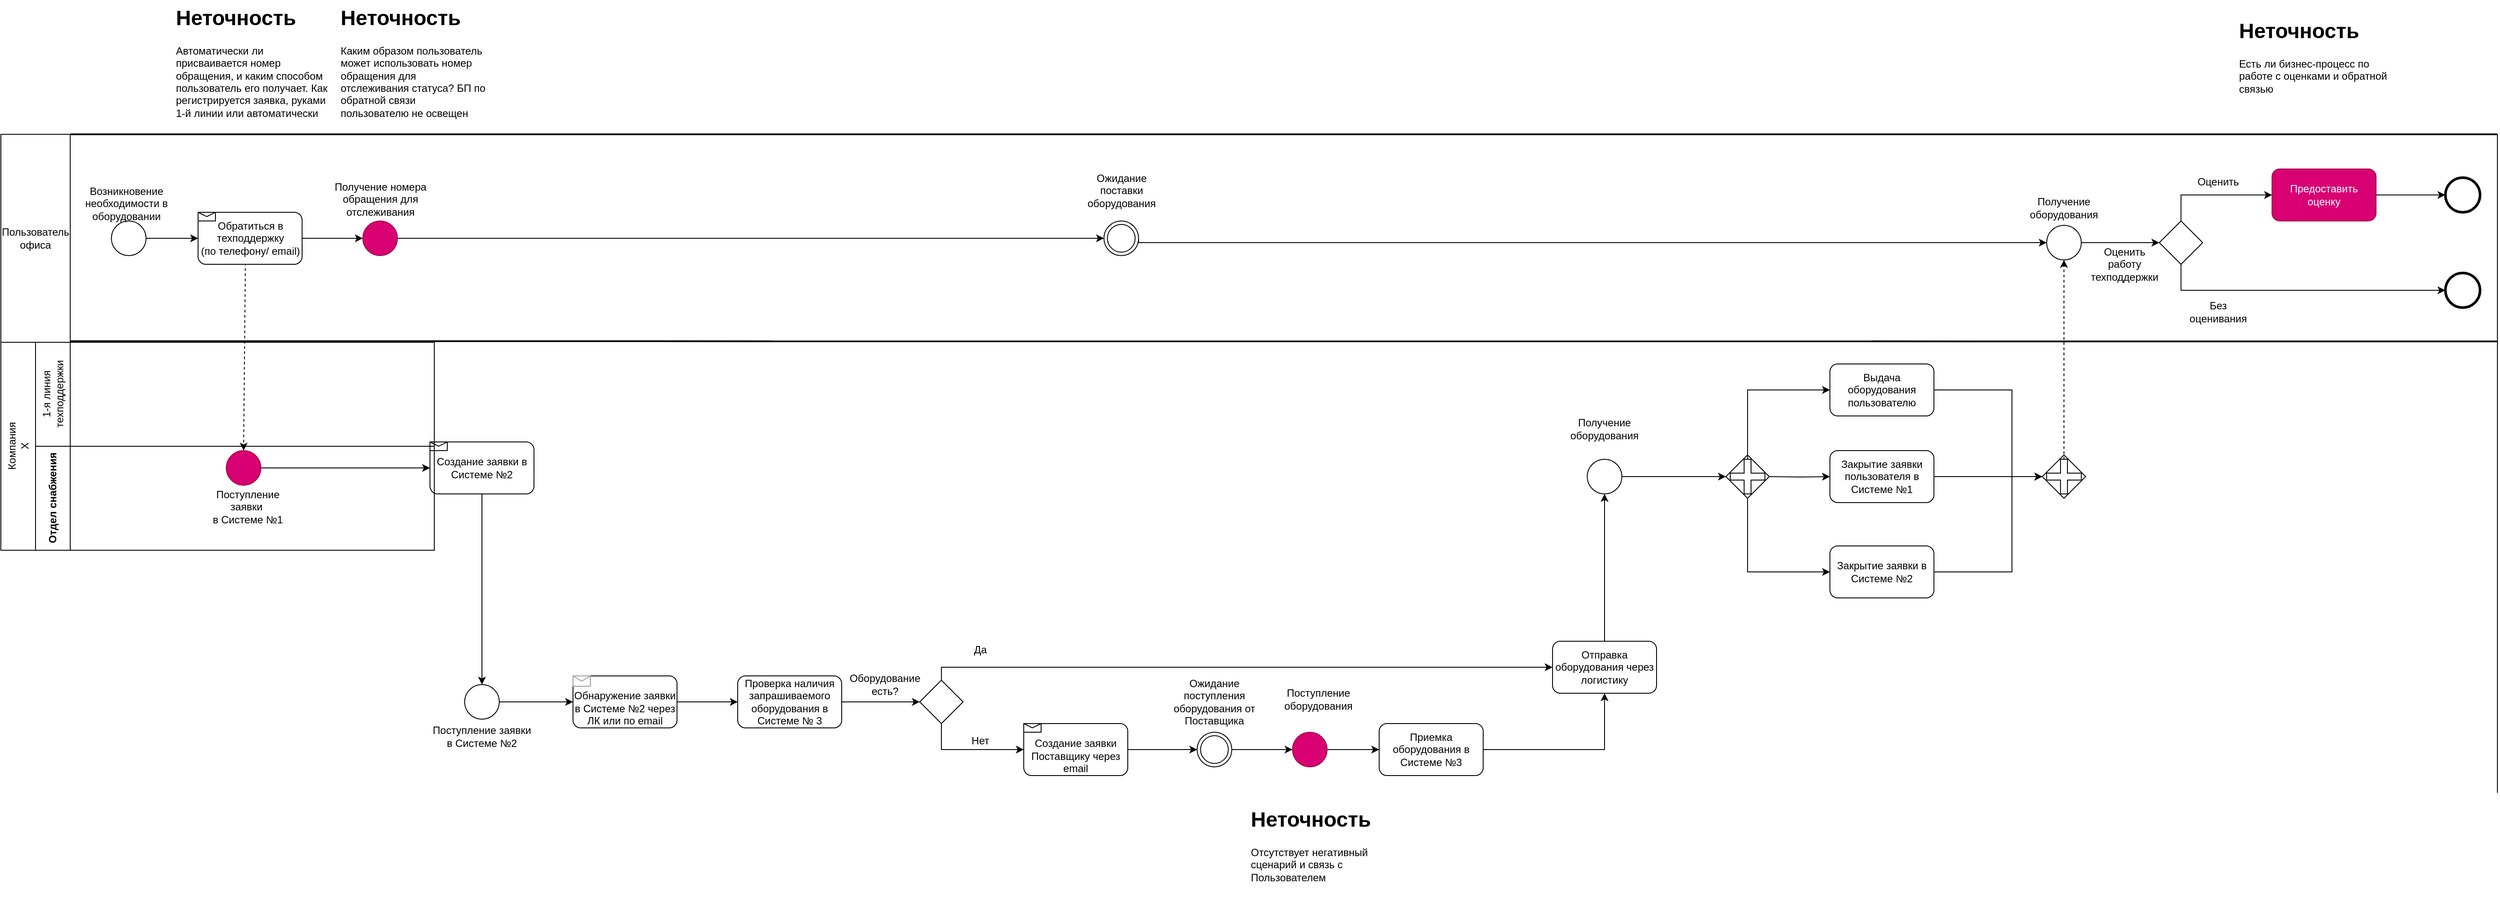
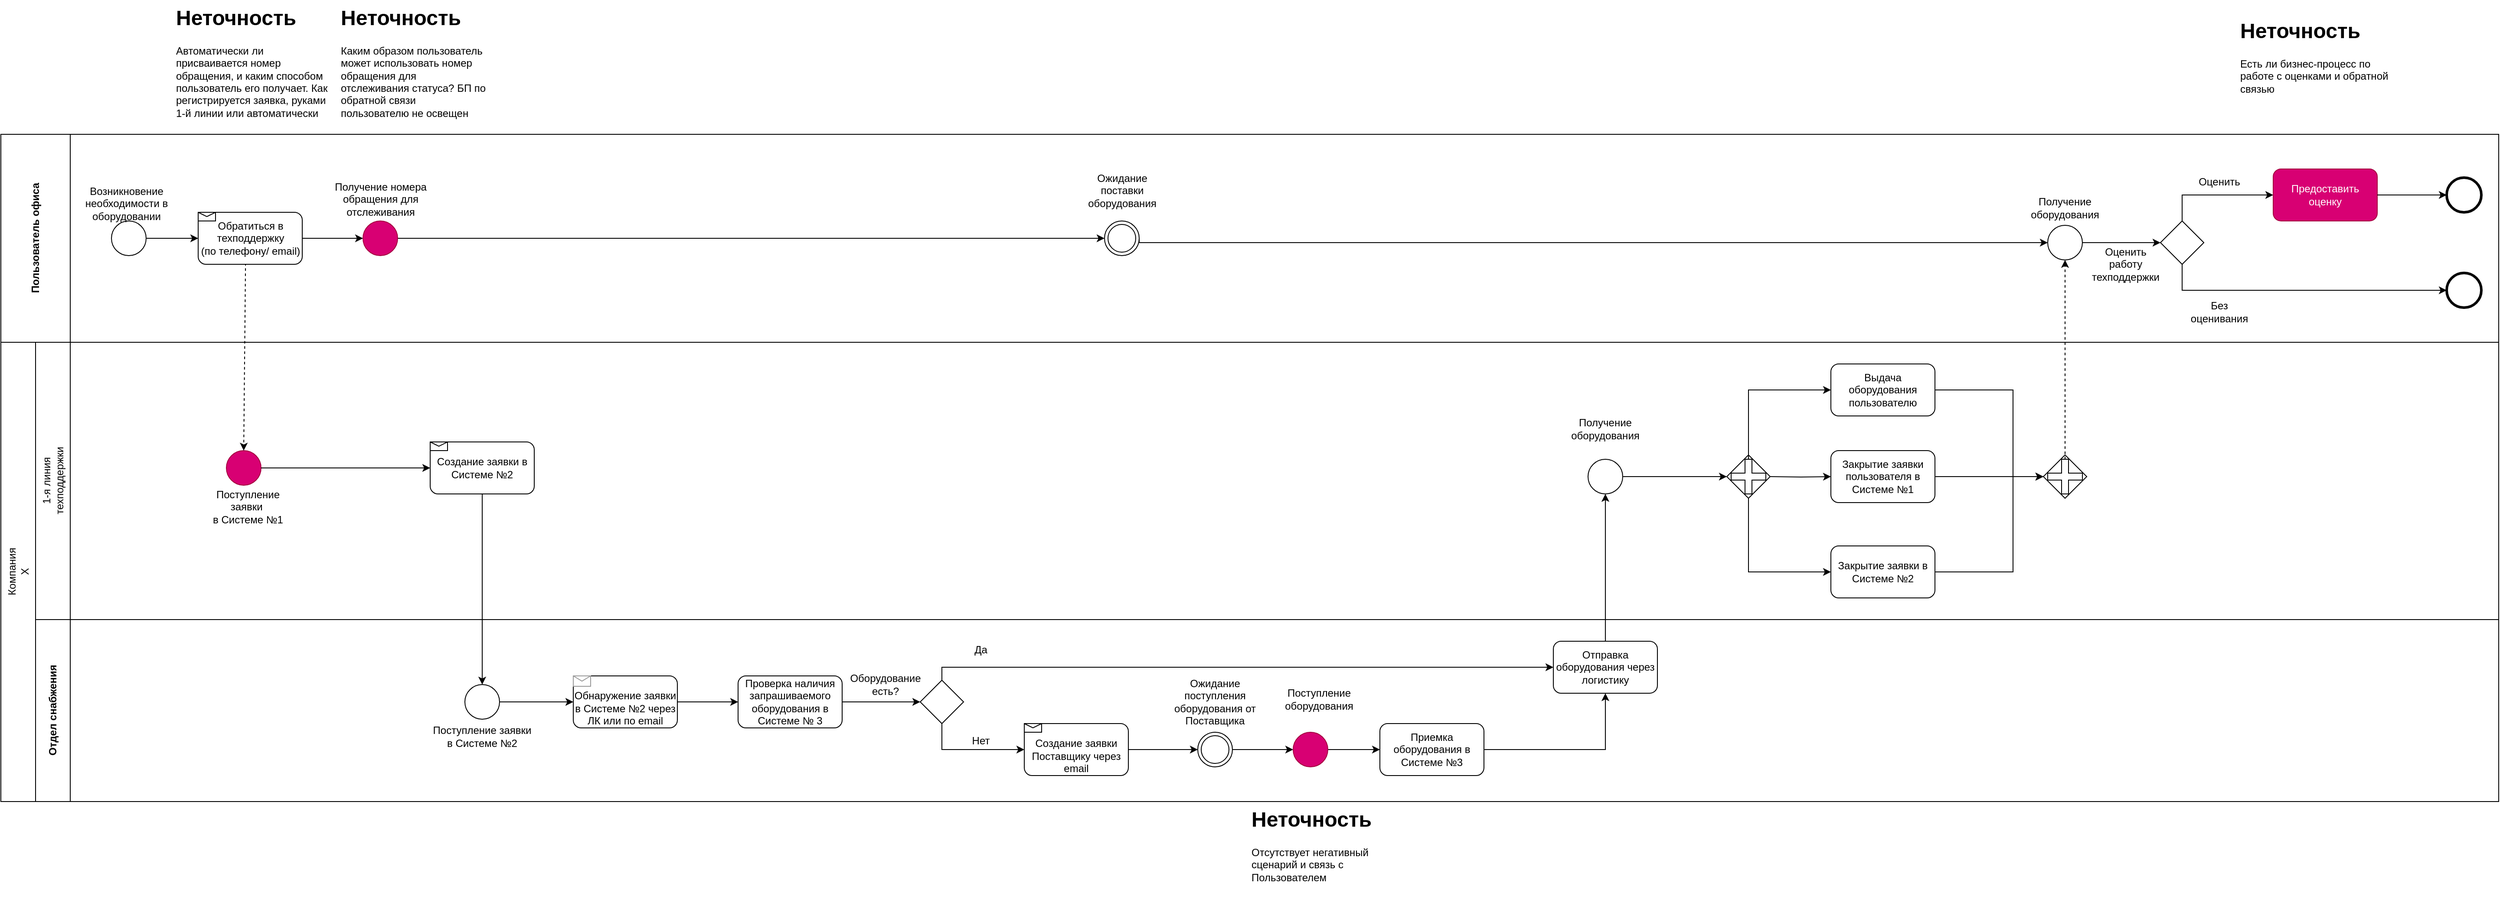
<mxfile host="app.diagrams.net">
  <diagram name="Страница-1" id="6SsGZVheudZXkR8IryFw">
-     <mxGraphModel dx="945" dy="1295" grid="1" gridSize="10" guides="1" tooltips="1" connect="1" arrows="1" fold="1" page="0" pageScale="1" pageWidth="827" pageHeight="1169" background="none" math="0" shadow="0">
+     <mxGraphModel dx="2180" dy="1943" grid="1" gridSize="10" guides="1" tooltips="1" connect="1" arrows="1" fold="1" page="0" pageScale="1" pageWidth="827" pageHeight="1169" background="none" math="0" shadow="0">
      <root>
        <mxCell id="0" />
        <mxCell id="1" parent="0" />
-         <mxCell id="Ya4lB5T6emN3ZDg_C6RV-1" parent="1" style="rounded=0;whiteSpace=wrap;html=1;" value="Пользователь&lt;div&gt;офиса&lt;/div&gt;" vertex="1">
-           <mxGeometry height="240" width="80" y="-320" as="geometry" />
-         </mxCell>
-         <mxCell id="VbR1kJbd4s5ipAbFhgMN-2" edge="1" parent="1" style="endArrow=none;html=1;rounded=0;exitX=1;exitY=0;exitDx=0;exitDy=0;strokeColor=light-dark(#000000, #ffffff);strokeWidth=2;" value="">
-           <mxGeometry height="50" relative="1" width="50" as="geometry">
-             <mxPoint x="80" y="-81.25" as="sourcePoint" />
-             <mxPoint x="2880" y="-81" as="targetPoint" />
-           </mxGeometry>
-         </mxCell>
-         <mxCell id="VbR1kJbd4s5ipAbFhgMN-10" edge="1" parent="1" source="Ya4lB5T6emN3ZDg_C6RV-1" style="endArrow=none;html=1;rounded=0;exitX=1;exitY=0;exitDx=0;exitDy=0;strokeWidth=2;" value="">
-           <mxGeometry height="50" relative="1" width="50" as="geometry">
-             <mxPoint x="85" y="-320" as="sourcePoint" />
-             <mxPoint x="2880" y="-320" as="targetPoint" />
-           </mxGeometry>
-         </mxCell>
        <mxCell id="VbR1kJbd4s5ipAbFhgMN-11" parent="1" style="ellipse;whiteSpace=wrap;html=1;aspect=fixed;fillColor=none;" value="" vertex="1">
          <mxGeometry height="40" width="40" x="127.5" y="-220" as="geometry" />
        </mxCell>
        <mxCell id="VbR1kJbd4s5ipAbFhgMN-12" parent="1" style="text;html=1;whiteSpace=wrap;strokeColor=none;fillColor=none;align=center;verticalAlign=middle;rounded=0;" value="&lt;font&gt;Возникновение необходимости в оборудовании&lt;/font&gt;" vertex="1">
          <mxGeometry height="50" width="110" x="90" y="-265" as="geometry" />
        </mxCell>
        <mxCell id="VbR1kJbd4s5ipAbFhgMN-16" parent="1" style="ellipse;whiteSpace=wrap;html=1;aspect=fixed;fillColor=#d80073;fontColor=#ffffff;strokeColor=#A50040;" value="" vertex="1">
          <mxGeometry height="40" width="40" x="260" y="45.000000000000114" as="geometry" />
        </mxCell>
        <mxCell id="VbR1kJbd4s5ipAbFhgMN-17" parent="1" style="text;html=1;whiteSpace=wrap;strokeColor=none;fillColor=none;align=center;verticalAlign=middle;rounded=0;" value="Поступление заявки&amp;nbsp;&lt;div&gt;в Системе №1&lt;/div&gt;" vertex="1">
          <mxGeometry height="30" width="110" x="230" y="95" as="geometry" />
        </mxCell>
        <mxCell id="VbR1kJbd4s5ipAbFhgMN-21" parent="1" style="text;html=1;whiteSpace=wrap;overflow=hidden;rounded=0;" value="&lt;h1 style=&quot;margin-top: 0px;&quot;&gt;&lt;font style=&quot;color: light-dark(rgb(0, 0, 0), rgb(241, 156, 153));&quot;&gt;Неточность&lt;/font&gt;&lt;/h1&gt;&lt;p&gt;Автоматически ли присваивается номер обращения, и каким способом пользователь его получает. Как регистрируется заявка, руками 1-й линии или автоматически&lt;/p&gt;" vertex="1">
          <mxGeometry height="150" width="180" x="200" y="-475" as="geometry" />
        </mxCell>
        <mxCell id="VbR1kJbd4s5ipAbFhgMN-117" edge="1" parent="1" source="VbR1kJbd4s5ipAbFhgMN-23" style="edgeStyle=orthogonalEdgeStyle;rounded=0;orthogonalLoop=1;jettySize=auto;html=1;exitX=1;exitY=0.5;exitDx=0;exitDy=0;entryX=0;entryY=0.5;entryDx=0;entryDy=0;" target="VbR1kJbd4s5ipAbFhgMN-116">
          <mxGeometry relative="1" as="geometry" />
        </mxCell>
        <mxCell id="VbR1kJbd4s5ipAbFhgMN-23" parent="1" style="ellipse;whiteSpace=wrap;html=1;aspect=fixed;fillColor=#d80073;fontColor=#ffffff;strokeColor=#A50040;" value="" vertex="1">
          <mxGeometry height="40" width="40" x="417.5" y="-219.9999999999999" as="geometry" />
        </mxCell>
        <mxCell id="VbR1kJbd4s5ipAbFhgMN-24" parent="1" style="text;html=1;whiteSpace=wrap;strokeColor=none;fillColor=none;align=center;verticalAlign=middle;rounded=0;" value="Получение номера обращения для отслеживания" vertex="1">
          <mxGeometry height="30" width="130" x="372.5" y="-260" as="geometry" />
        </mxCell>
        <mxCell id="VbR1kJbd4s5ipAbFhgMN-25" parent="1" style="text;html=1;whiteSpace=wrap;overflow=hidden;rounded=0;" value="&lt;h1 style=&quot;margin-top: 0px;&quot;&gt;&lt;font style=&quot;color: light-dark(rgb(0, 0, 0), rgb(241, 156, 153));&quot;&gt;Неточность&lt;/font&gt;&lt;/h1&gt;&lt;p&gt;Каким образом пользователь может использовать номер обращения для отслеживания статуса? БП по обратной связи пользователю не освещен&lt;/p&gt;" vertex="1">
          <mxGeometry height="145" width="170" x="390" y="-475" as="geometry" />
        </mxCell>
        <mxCell id="VbR1kJbd4s5ipAbFhgMN-26" edge="1" parent="1" source="VbR1kJbd4s5ipAbFhgMN-11" style="endArrow=classic;html=1;rounded=0;exitX=1;exitY=0.5;exitDx=0;exitDy=0;entryX=0;entryY=0.5;entryDx=0;entryDy=0;" target="VbR1kJbd4s5ipAbFhgMN-37" value="">
          <mxGeometry height="50" relative="1" width="50" as="geometry">
            <mxPoint x="162.50000000000352" y="0.5" as="sourcePoint" />
            <mxPoint x="222.5" as="targetPoint" />
          </mxGeometry>
        </mxCell>
        <mxCell id="VbR1kJbd4s5ipAbFhgMN-27" edge="1" parent="1" source="VbR1kJbd4s5ipAbFhgMN-37" style="endArrow=classic;html=1;rounded=0;exitX=1;exitY=0.5;exitDx=0;exitDy=0;entryX=0;entryY=0.5;entryDx=0;entryDy=0;" target="VbR1kJbd4s5ipAbFhgMN-23" value="">
          <mxGeometry height="50" relative="1" width="50" as="geometry">
            <mxPoint x="342.5" as="sourcePoint" />
            <mxPoint x="452.5" y="25" as="targetPoint" />
          </mxGeometry>
        </mxCell>
        <mxCell id="VbR1kJbd4s5ipAbFhgMN-28" edge="1" parent="1" source="VbR1kJbd4s5ipAbFhgMN-37" style="endArrow=classic;html=1;rounded=0;exitX=0.455;exitY=0.976;exitDx=0;exitDy=0;entryX=0.5;entryY=0;entryDx=0;entryDy=0;exitPerimeter=0;dashed=1;" target="VbR1kJbd4s5ipAbFhgMN-16" value="">
          <mxGeometry height="50" relative="1" width="50" as="geometry">
            <mxPoint x="280" y="-20" as="sourcePoint" />
            <mxPoint x="380" y="-5" as="targetPoint" />
          </mxGeometry>
        </mxCell>
        <mxCell id="VbR1kJbd4s5ipAbFhgMN-30" edge="1" parent="1" source="VbR1kJbd4s5ipAbFhgMN-16" style="endArrow=classic;html=1;rounded=0;exitX=1;exitY=0.5;exitDx=0;exitDy=0;entryX=0;entryY=0.5;entryDx=0;entryDy=0;" value="">
          <mxGeometry height="50" relative="1" width="50" as="geometry">
            <mxPoint x="660" y="125" as="sourcePoint" />
            <mxPoint x="495" y="65" as="targetPoint" />
          </mxGeometry>
        </mxCell>
        <mxCell id="VbR1kJbd4s5ipAbFhgMN-31" parent="1" style="ellipse;whiteSpace=wrap;html=1;aspect=fixed;fillColor=none;" value="" vertex="1">
          <mxGeometry height="40" width="40" x="535" y="315.0000000000001" as="geometry" />
        </mxCell>
        <mxCell id="VbR1kJbd4s5ipAbFhgMN-33" parent="1" style="text;html=1;whiteSpace=wrap;strokeColor=none;fillColor=none;align=center;verticalAlign=middle;rounded=0;" value="Поступление заявки в Системе №2" vertex="1">
          <mxGeometry height="30" width="120" x="495" y="360" as="geometry" />
        </mxCell>
        <mxCell id="VbR1kJbd4s5ipAbFhgMN-35" edge="1" parent="1" source="VbR1kJbd4s5ipAbFhgMN-36" style="endArrow=classic;html=1;rounded=0;exitX=0.5;exitY=1;exitDx=0;exitDy=0;entryX=0.5;entryY=0;entryDx=0;entryDy=0;" target="VbR1kJbd4s5ipAbFhgMN-31" value="">
          <mxGeometry height="50" relative="1" width="50" as="geometry">
            <mxPoint x="555" y="200" as="sourcePoint" />
            <mxPoint x="780" y="250" as="targetPoint" />
          </mxGeometry>
        </mxCell>
        <mxCell id="VbR1kJbd4s5ipAbFhgMN-36" parent="1" style="rounded=1;whiteSpace=wrap;html=1;" value="Создание заявки в Системе №2" vertex="1">
          <mxGeometry height="60" width="120" x="495" y="35" as="geometry" />
        </mxCell>
        <mxCell id="VbR1kJbd4s5ipAbFhgMN-37" parent="1" style="rounded=1;whiteSpace=wrap;html=1;" value="Обратиться в техподдержку&lt;div&gt;(по телефону/ email)&lt;/div&gt;" vertex="1">
          <mxGeometry height="60" width="120" x="227.5" y="-230" as="geometry" />
        </mxCell>
        <mxCell id="VbR1kJbd4s5ipAbFhgMN-38" parent="1" style="shape=message;html=1;html=1;outlineConnect=0;labelPosition=center;verticalLabelPosition=bottom;align=center;verticalAlign=top;" value="" vertex="1">
          <mxGeometry height="10" width="20" x="227.5" y="-230" as="geometry" />
        </mxCell>
        <mxCell id="VbR1kJbd4s5ipAbFhgMN-41" parent="1" style="shape=message;html=1;html=1;outlineConnect=0;labelPosition=center;verticalLabelPosition=bottom;align=center;verticalAlign=top;" value="" vertex="1">
          <mxGeometry height="10" width="20" x="495" y="35" as="geometry" />
        </mxCell>
        <mxCell id="VbR1kJbd4s5ipAbFhgMN-46" edge="1" parent="1" source="VbR1kJbd4s5ipAbFhgMN-42" style="edgeStyle=orthogonalEdgeStyle;rounded=0;orthogonalLoop=1;jettySize=auto;html=1;exitX=1;exitY=0.5;exitDx=0;exitDy=0;entryX=0;entryY=0.5;entryDx=0;entryDy=0;" target="VbR1kJbd4s5ipAbFhgMN-45">
          <mxGeometry relative="1" as="geometry" />
        </mxCell>
        <mxCell id="VbR1kJbd4s5ipAbFhgMN-42" parent="1" style="rounded=1;whiteSpace=wrap;html=1;" value="&lt;div&gt;&lt;br&gt;&lt;/div&gt;&lt;div&gt;Обнаружение заявки в Системе №2 через ЛК или по email&lt;/div&gt;" vertex="1">
          <mxGeometry height="60" width="120" x="660" y="305" as="geometry" />
        </mxCell>
        <mxCell id="VbR1kJbd4s5ipAbFhgMN-43" parent="1" style="verticalLabelPosition=bottom;shadow=0;dashed=0;align=center;html=1;verticalAlign=top;strokeWidth=1;shape=mxgraph.mockup.misc.mail2;strokeColor=#999999;" value="" vertex="1">
          <mxGeometry height="12" width="20" x="660" y="305" as="geometry" />
        </mxCell>
        <mxCell id="VbR1kJbd4s5ipAbFhgMN-44" edge="1" parent="1" source="VbR1kJbd4s5ipAbFhgMN-31" style="endArrow=classic;html=1;rounded=0;exitX=1;exitY=0.5;exitDx=0;exitDy=0;entryX=0;entryY=0.5;entryDx=0;entryDy=0;" target="VbR1kJbd4s5ipAbFhgMN-42" value="">
          <mxGeometry height="50" relative="1" width="50" as="geometry">
            <mxPoint x="760" y="315" as="sourcePoint" />
            <mxPoint x="810" y="265" as="targetPoint" />
          </mxGeometry>
        </mxCell>
        <mxCell id="VbR1kJbd4s5ipAbFhgMN-49" edge="1" parent="1" source="VbR1kJbd4s5ipAbFhgMN-45" style="edgeStyle=orthogonalEdgeStyle;rounded=0;orthogonalLoop=1;jettySize=auto;html=1;exitX=1;exitY=0.5;exitDx=0;exitDy=0;entryX=0;entryY=0.5;entryDx=0;entryDy=0;" target="VbR1kJbd4s5ipAbFhgMN-47">
          <mxGeometry relative="1" as="geometry" />
        </mxCell>
        <mxCell id="VbR1kJbd4s5ipAbFhgMN-45" parent="1" style="rounded=1;whiteSpace=wrap;html=1;" value="Проверка наличия запрашиваемого оборудования в Системе № 3" vertex="1">
          <mxGeometry height="60" width="120" x="850" y="305" as="geometry" />
        </mxCell>
        <mxCell id="VbR1kJbd4s5ipAbFhgMN-58" edge="1" parent="1" source="VbR1kJbd4s5ipAbFhgMN-47" style="edgeStyle=orthogonalEdgeStyle;rounded=0;orthogonalLoop=1;jettySize=auto;html=1;exitX=0.5;exitY=0;exitDx=0;exitDy=0;entryX=0;entryY=0.5;entryDx=0;entryDy=0;" target="VbR1kJbd4s5ipAbFhgMN-52">
          <mxGeometry relative="1" as="geometry">
            <Array as="points">
              <mxPoint x="1085" y="295" />
            </Array>
            <mxPoint x="1150" y="320" as="targetPoint" />
          </mxGeometry>
        </mxCell>
        <mxCell id="VbR1kJbd4s5ipAbFhgMN-60" edge="1" parent="1" source="VbR1kJbd4s5ipAbFhgMN-47" style="edgeStyle=orthogonalEdgeStyle;rounded=0;orthogonalLoop=1;jettySize=auto;html=1;entryX=0;entryY=0.5;entryDx=0;entryDy=0;exitX=0.5;exitY=1;exitDx=0;exitDy=0;" target="VbR1kJbd4s5ipAbFhgMN-59">
          <mxGeometry relative="1" as="geometry">
            <mxPoint x="1085" y="410" as="targetPoint" />
          </mxGeometry>
        </mxCell>
        <mxCell id="VbR1kJbd4s5ipAbFhgMN-47" parent="1" style="rhombus;whiteSpace=wrap;html=1;" value="" vertex="1">
          <mxGeometry height="50" width="50" x="1060" y="310" as="geometry" />
        </mxCell>
        <mxCell id="VbR1kJbd4s5ipAbFhgMN-48" parent="1" style="text;html=1;whiteSpace=wrap;strokeColor=none;fillColor=none;align=center;verticalAlign=middle;rounded=0;" value="Оборудование есть?" vertex="1">
          <mxGeometry height="30" width="60" x="990" y="300" as="geometry" />
        </mxCell>
        <mxCell id="VbR1kJbd4s5ipAbFhgMN-51" parent="1" style="text;html=1;whiteSpace=wrap;strokeColor=none;fillColor=none;align=center;verticalAlign=middle;rounded=0;" value="Да" vertex="1">
          <mxGeometry height="30" width="60" x="1100" y="260" as="geometry" />
        </mxCell>
        <mxCell id="VbR1kJbd4s5ipAbFhgMN-56" edge="1" parent="1" source="VbR1kJbd4s5ipAbFhgMN-52" style="edgeStyle=orthogonalEdgeStyle;rounded=0;orthogonalLoop=1;jettySize=auto;html=1;exitX=0.5;exitY=0;exitDx=0;exitDy=0;entryX=0.5;entryY=1;entryDx=0;entryDy=0;" target="VbR1kJbd4s5ipAbFhgMN-54">
          <mxGeometry relative="1" as="geometry" />
        </mxCell>
        <mxCell id="VbR1kJbd4s5ipAbFhgMN-52" parent="1" style="rounded=1;whiteSpace=wrap;html=1;" value="Отправка оборудования через логистику" vertex="1">
          <mxGeometry height="60" width="120" x="1790" y="265" as="geometry" />
        </mxCell>
        <mxCell id="VbR1kJbd4s5ipAbFhgMN-69" edge="1" parent="1" source="VbR1kJbd4s5ipAbFhgMN-54" style="edgeStyle=orthogonalEdgeStyle;rounded=0;orthogonalLoop=1;jettySize=auto;html=1;">
          <mxGeometry relative="1" as="geometry">
            <mxPoint x="1990" y="75" as="targetPoint" />
          </mxGeometry>
        </mxCell>
        <mxCell id="VbR1kJbd4s5ipAbFhgMN-54" parent="1" style="ellipse;whiteSpace=wrap;html=1;aspect=fixed;fillColor=none;" value="" vertex="1">
          <mxGeometry height="40" width="40" x="1830" y="55.000000000000114" as="geometry" />
        </mxCell>
        <mxCell id="VbR1kJbd4s5ipAbFhgMN-55" parent="1" style="text;html=1;whiteSpace=wrap;strokeColor=none;fillColor=none;align=center;verticalAlign=middle;rounded=0;" value="Получение оборудования" vertex="1">
          <mxGeometry height="30" width="60" x="1820" y="5" as="geometry" />
        </mxCell>
        <mxCell id="VbR1kJbd4s5ipAbFhgMN-59" parent="1" style="rounded=1;whiteSpace=wrap;html=1;" value="&lt;div&gt;&lt;br&gt;&lt;/div&gt;&lt;div&gt;Создание заявки Поставщику через email&lt;/div&gt;" vertex="1">
          <mxGeometry height="60" width="120" x="1180" y="360" as="geometry" />
        </mxCell>
        <mxCell id="VbR1kJbd4s5ipAbFhgMN-61" parent="1" style="text;html=1;whiteSpace=wrap;strokeColor=none;fillColor=none;align=center;verticalAlign=middle;rounded=0;" value="Нет" vertex="1">
          <mxGeometry height="30" width="60" x="1100" y="365" as="geometry" />
        </mxCell>
        <mxCell id="VbR1kJbd4s5ipAbFhgMN-112" edge="1" parent="1" source="VbR1kJbd4s5ipAbFhgMN-62" style="edgeStyle=orthogonalEdgeStyle;rounded=0;orthogonalLoop=1;jettySize=auto;html=1;exitX=1;exitY=0.5;exitDx=0;exitDy=0;entryX=0;entryY=0.5;entryDx=0;entryDy=0;" target="VbR1kJbd4s5ipAbFhgMN-110">
          <mxGeometry relative="1" as="geometry">
            <Array as="points">
              <mxPoint x="2320" y="-25" />
              <mxPoint x="2320" y="75" />
            </Array>
          </mxGeometry>
        </mxCell>
        <mxCell id="VbR1kJbd4s5ipAbFhgMN-62" parent="1" style="rounded=1;whiteSpace=wrap;html=1;" value="Выдача оборудования пользователю" vertex="1">
          <mxGeometry height="60" width="120" x="2110" y="-55" as="geometry" />
        </mxCell>
        <mxCell id="VbR1kJbd4s5ipAbFhgMN-114" edge="1" parent="1" source="VbR1kJbd4s5ipAbFhgMN-65" style="edgeStyle=orthogonalEdgeStyle;rounded=0;orthogonalLoop=1;jettySize=auto;html=1;exitX=1;exitY=0.5;exitDx=0;exitDy=0;entryX=0;entryY=0.5;entryDx=0;entryDy=0;" target="VbR1kJbd4s5ipAbFhgMN-110">
          <mxGeometry relative="1" as="geometry" />
        </mxCell>
        <mxCell id="VbR1kJbd4s5ipAbFhgMN-65" parent="1" style="rounded=1;whiteSpace=wrap;html=1;" value="Закрытие заявки пользователя в Системе №1" vertex="1">
          <mxGeometry height="60" width="120" x="2110" y="45" as="geometry" />
        </mxCell>
        <mxCell id="VbR1kJbd4s5ipAbFhgMN-113" edge="1" parent="1" source="VbR1kJbd4s5ipAbFhgMN-66" style="edgeStyle=orthogonalEdgeStyle;rounded=0;orthogonalLoop=1;jettySize=auto;html=1;exitX=1;exitY=0.5;exitDx=0;exitDy=0;entryX=0;entryY=0.5;entryDx=0;entryDy=0;" target="VbR1kJbd4s5ipAbFhgMN-110">
          <mxGeometry relative="1" as="geometry">
            <Array as="points">
              <mxPoint x="2320" y="185" />
              <mxPoint x="2320" y="75" />
            </Array>
          </mxGeometry>
        </mxCell>
        <mxCell id="VbR1kJbd4s5ipAbFhgMN-66" parent="1" style="rounded=1;whiteSpace=wrap;html=1;" value="Закрытие заявки в Системе №2" vertex="1">
          <mxGeometry height="60" width="120" x="2110" y="155" as="geometry" />
        </mxCell>
        <mxCell id="VbR1kJbd4s5ipAbFhgMN-77" edge="1" parent="1" source="VbR1kJbd4s5ipAbFhgMN-67" style="edgeStyle=orthogonalEdgeStyle;rounded=0;orthogonalLoop=1;jettySize=auto;html=1;entryX=0;entryY=0.5;entryDx=0;entryDy=0;" target="VbR1kJbd4s5ipAbFhgMN-66">
          <mxGeometry relative="1" as="geometry">
            <Array as="points">
              <mxPoint x="2015" y="185" />
            </Array>
          </mxGeometry>
        </mxCell>
        <mxCell id="VbR1kJbd4s5ipAbFhgMN-67" parent="1" style="rhombus;whiteSpace=wrap;html=1;" value="" vertex="1">
          <mxGeometry height="50" width="50" x="1990" y="50" as="geometry" />
        </mxCell>
        <mxCell id="VbR1kJbd4s5ipAbFhgMN-70" edge="1" parent="1" style="edgeStyle=orthogonalEdgeStyle;rounded=0;orthogonalLoop=1;jettySize=auto;html=1;entryX=0;entryY=0.5;entryDx=0;entryDy=0;" target="VbR1kJbd4s5ipAbFhgMN-65">
          <mxGeometry relative="1" as="geometry">
            <mxPoint x="2040" y="75" as="sourcePoint" />
          </mxGeometry>
        </mxCell>
        <mxCell id="VbR1kJbd4s5ipAbFhgMN-79" edge="1" parent="1" source="VbR1kJbd4s5ipAbFhgMN-71" style="edgeStyle=orthogonalEdgeStyle;rounded=0;orthogonalLoop=1;jettySize=auto;html=1;">
          <mxGeometry relative="1" as="geometry">
            <mxPoint x="2490" y="-195" as="targetPoint" />
          </mxGeometry>
        </mxCell>
        <mxCell id="VbR1kJbd4s5ipAbFhgMN-71" parent="1" style="ellipse;whiteSpace=wrap;html=1;aspect=fixed;fillColor=none;" value="" vertex="1">
          <mxGeometry height="40" width="40" x="2360" y="-215" as="geometry" />
        </mxCell>
        <mxCell id="VbR1kJbd4s5ipAbFhgMN-72" parent="1" style="text;html=1;whiteSpace=wrap;strokeColor=none;fillColor=none;align=center;verticalAlign=middle;rounded=0;" value="Получение оборудования" vertex="1">
          <mxGeometry height="30" width="60" x="2350" y="-250" as="geometry" />
        </mxCell>
        <mxCell id="VbR1kJbd4s5ipAbFhgMN-76" edge="1" parent="1" source="VbR1kJbd4s5ipAbFhgMN-73" style="edgeStyle=orthogonalEdgeStyle;rounded=0;orthogonalLoop=1;jettySize=auto;html=1;exitX=0.5;exitY=0;exitDx=0;exitDy=0;exitPerimeter=0;">
          <mxGeometry relative="1" as="geometry">
            <Array as="points">
              <mxPoint x="2015" y="-25" />
              <mxPoint x="2110" y="-25" />
            </Array>
            <mxPoint x="2015" y="45" as="sourcePoint" />
            <mxPoint x="2110" y="-25" as="targetPoint" />
          </mxGeometry>
        </mxCell>
        <mxCell id="VbR1kJbd4s5ipAbFhgMN-73" parent="1" style="shape=cross;whiteSpace=wrap;html=1;" value="" vertex="1">
          <mxGeometry height="40" width="40" x="1995" y="55" as="geometry" />
        </mxCell>
        <mxCell id="VbR1kJbd4s5ipAbFhgMN-87" edge="1" parent="1" source="VbR1kJbd4s5ipAbFhgMN-74" style="edgeStyle=orthogonalEdgeStyle;rounded=0;orthogonalLoop=1;jettySize=auto;html=1;entryX=0;entryY=0.5;entryDx=0;entryDy=0;" target="VbR1kJbd4s5ipAbFhgMN-85">
          <mxGeometry relative="1" as="geometry">
            <Array as="points">
              <mxPoint x="2515" y="-250" />
            </Array>
          </mxGeometry>
        </mxCell>
        <mxCell id="VbR1kJbd4s5ipAbFhgMN-74" parent="1" style="rhombus;whiteSpace=wrap;html=1;" value="" vertex="1">
          <mxGeometry height="50" width="50" x="2490" y="-220" as="geometry" />
        </mxCell>
        <mxCell id="VbR1kJbd4s5ipAbFhgMN-81" parent="1" style="points=[[0.145,0.145,0],[0.5,0,0],[0.855,0.145,0],[1,0.5,0],[0.855,0.855,0],[0.5,1,0],[0.145,0.855,0],[0,0.5,0]];shape=mxgraph.bpmn.event;html=1;verticalLabelPosition=bottom;labelBackgroundColor=#ffffff;verticalAlign=top;align=center;perimeter=ellipsePerimeter;outlineConnect=0;aspect=fixed;outline=end;symbol=terminate2;" value="" vertex="1">
          <mxGeometry height="40" width="40" x="2820" y="-160" as="geometry" />
        </mxCell>
        <mxCell id="VbR1kJbd4s5ipAbFhgMN-82" edge="1" parent="1" style="edgeStyle=orthogonalEdgeStyle;rounded=0;orthogonalLoop=1;jettySize=auto;html=1;entryX=0;entryY=0.5;entryDx=0;entryDy=0;entryPerimeter=0;" target="VbR1kJbd4s5ipAbFhgMN-81">
          <mxGeometry relative="1" as="geometry">
            <Array as="points">
              <mxPoint x="2515" y="-140" />
            </Array>
            <mxPoint x="2515" y="-170" as="sourcePoint" />
          </mxGeometry>
        </mxCell>
        <mxCell id="VbR1kJbd4s5ipAbFhgMN-83" parent="1" style="text;html=1;whiteSpace=wrap;strokeColor=none;fillColor=none;align=center;verticalAlign=middle;rounded=0;" value="Оценить работу техподдержки" vertex="1">
          <mxGeometry height="30" width="60" x="2420" y="-185" as="geometry" />
        </mxCell>
        <mxCell id="VbR1kJbd4s5ipAbFhgMN-84" parent="1" style="text;html=1;whiteSpace=wrap;strokeColor=none;fillColor=none;align=center;verticalAlign=middle;rounded=0;" value="Без оценивания" vertex="1">
          <mxGeometry height="30" width="60" x="2527.5" y="-130" as="geometry" />
        </mxCell>
        <mxCell id="VbR1kJbd4s5ipAbFhgMN-85" parent="1" style="rounded=1;whiteSpace=wrap;html=1;fillColor=#d80073;fontColor=#ffffff;strokeColor=#A50040;" value="Предоставить оценку" vertex="1">
          <mxGeometry height="60" width="120" x="2620" y="-280" as="geometry" />
        </mxCell>
        <mxCell id="VbR1kJbd4s5ipAbFhgMN-86" parent="1" style="points=[[0.145,0.145,0],[0.5,0,0],[0.855,0.145,0],[1,0.5,0],[0.855,0.855,0],[0.5,1,0],[0.145,0.855,0],[0,0.5,0]];shape=mxgraph.bpmn.event;html=1;verticalLabelPosition=bottom;labelBackgroundColor=#ffffff;verticalAlign=top;align=center;perimeter=ellipsePerimeter;outlineConnect=0;aspect=fixed;outline=end;symbol=terminate2;" value="" vertex="1">
          <mxGeometry height="40" width="40" x="2820" y="-270" as="geometry" />
        </mxCell>
        <mxCell id="VbR1kJbd4s5ipAbFhgMN-88" edge="1" parent="1" source="VbR1kJbd4s5ipAbFhgMN-85" style="edgeStyle=orthogonalEdgeStyle;rounded=0;orthogonalLoop=1;jettySize=auto;html=1;entryX=0;entryY=0.5;entryDx=0;entryDy=0;entryPerimeter=0;" target="VbR1kJbd4s5ipAbFhgMN-86">
          <mxGeometry relative="1" as="geometry" />
        </mxCell>
        <mxCell id="VbR1kJbd4s5ipAbFhgMN-89" parent="1" style="text;html=1;whiteSpace=wrap;strokeColor=none;fillColor=none;align=center;verticalAlign=middle;rounded=0;" value="Оценить" vertex="1">
          <mxGeometry height="30" width="60" x="2527.5" y="-280" as="geometry" />
        </mxCell>
        <mxCell id="VbR1kJbd4s5ipAbFhgMN-91" parent="1" style="shape=message;html=1;html=1;outlineConnect=0;labelPosition=center;verticalLabelPosition=bottom;align=center;verticalAlign=top;" value="" vertex="1">
          <mxGeometry height="10" width="20" x="1180" y="360" as="geometry" />
        </mxCell>
        <mxCell id="VbR1kJbd4s5ipAbFhgMN-104" edge="1" parent="1" source="VbR1kJbd4s5ipAbFhgMN-93" style="edgeStyle=orthogonalEdgeStyle;rounded=0;orthogonalLoop=1;jettySize=auto;html=1;exitX=1;exitY=0.5;exitDx=0;exitDy=0;entryX=0;entryY=0.5;entryDx=0;entryDy=0;" target="VbR1kJbd4s5ipAbFhgMN-101">
          <mxGeometry relative="1" as="geometry" />
        </mxCell>
        <mxCell id="VbR1kJbd4s5ipAbFhgMN-93" parent="1" style="ellipse;shape=doubleEllipse;whiteSpace=wrap;html=1;aspect=fixed;" value="" vertex="1">
          <mxGeometry height="40" width="40" x="1380" y="370" as="geometry" />
        </mxCell>
        <mxCell id="VbR1kJbd4s5ipAbFhgMN-94" edge="1" parent="1" source="VbR1kJbd4s5ipAbFhgMN-59" style="endArrow=classic;html=1;rounded=0;exitX=1;exitY=0.5;exitDx=0;exitDy=0;entryX=0;entryY=0.5;entryDx=0;entryDy=0;" target="VbR1kJbd4s5ipAbFhgMN-93" value="">
          <mxGeometry height="50" relative="1" width="50" as="geometry">
            <mxPoint x="1460" y="420" as="sourcePoint" />
            <mxPoint x="1510" y="370" as="targetPoint" />
          </mxGeometry>
        </mxCell>
        <mxCell id="VbR1kJbd4s5ipAbFhgMN-95" parent="1" style="text;html=1;whiteSpace=wrap;strokeColor=none;fillColor=none;align=center;verticalAlign=middle;rounded=0;" value="Ожидание поступления оборудования от Поставщика" vertex="1">
          <mxGeometry height="75" width="120" x="1340" y="297.5" as="geometry" />
        </mxCell>
        <mxCell id="VbR1kJbd4s5ipAbFhgMN-106" edge="1" parent="1" source="VbR1kJbd4s5ipAbFhgMN-100" style="edgeStyle=orthogonalEdgeStyle;rounded=0;orthogonalLoop=1;jettySize=auto;html=1;exitX=1;exitY=0.5;exitDx=0;exitDy=0;entryX=0.5;entryY=1;entryDx=0;entryDy=0;" target="VbR1kJbd4s5ipAbFhgMN-52">
          <mxGeometry relative="1" as="geometry" />
        </mxCell>
        <mxCell id="VbR1kJbd4s5ipAbFhgMN-100" parent="1" style="rounded=1;whiteSpace=wrap;html=1;" value="Приемка оборудования в Системе №3" vertex="1">
          <mxGeometry height="60" width="120" x="1590" y="360" as="geometry" />
        </mxCell>
        <mxCell id="VbR1kJbd4s5ipAbFhgMN-105" edge="1" parent="1" source="VbR1kJbd4s5ipAbFhgMN-101" style="edgeStyle=orthogonalEdgeStyle;rounded=0;orthogonalLoop=1;jettySize=auto;html=1;exitX=1;exitY=0.5;exitDx=0;exitDy=0;entryX=0;entryY=0.5;entryDx=0;entryDy=0;" target="VbR1kJbd4s5ipAbFhgMN-100">
          <mxGeometry relative="1" as="geometry" />
        </mxCell>
        <mxCell id="VbR1kJbd4s5ipAbFhgMN-101" parent="1" style="ellipse;whiteSpace=wrap;html=1;aspect=fixed;fillColor=#d80073;fontColor=#ffffff;strokeColor=#A50040;" value="" vertex="1">
          <mxGeometry height="40" width="40" x="1490" y="370.0000000000001" as="geometry" />
        </mxCell>
        <mxCell id="VbR1kJbd4s5ipAbFhgMN-102" parent="1" style="text;html=1;whiteSpace=wrap;strokeColor=none;fillColor=none;align=center;verticalAlign=middle;rounded=0;" value="Поступление оборудования" vertex="1">
          <mxGeometry height="30" width="60" x="1490" y="317" as="geometry" />
        </mxCell>
-         <mxCell id="VbR1kJbd4s5ipAbFhgMN-107" edge="1" parent="1" style="endArrow=none;html=1;rounded=0;" value="">
-           <mxGeometry height="50" relative="1" width="50" as="geometry">
-             <mxPoint x="2880" y="440" as="sourcePoint" />
-             <mxPoint x="2880" y="-320" as="targetPoint" />
-           </mxGeometry>
-         </mxCell>
        <mxCell id="VbR1kJbd4s5ipAbFhgMN-108" parent="1" style="text;html=1;whiteSpace=wrap;overflow=hidden;rounded=0;" value="&lt;h1 style=&quot;margin-top: 0px;&quot;&gt;&lt;font style=&quot;color: light-dark(rgb(0, 0, 0), rgb(241, 156, 153));&quot;&gt;Неточность&lt;/font&gt;&lt;/h1&gt;&lt;p&gt;Есть ли бизнес-процесс по работе с оценками и обратной связью&lt;/p&gt;" vertex="1">
          <mxGeometry height="120" width="180" x="2580" y="-460" as="geometry" />
        </mxCell>
        <mxCell id="VbR1kJbd4s5ipAbFhgMN-109" parent="1" style="text;html=1;whiteSpace=wrap;overflow=hidden;rounded=0;" value="&lt;h1 style=&quot;margin-top: 0px;&quot;&gt;&lt;font style=&quot;color: light-dark(rgb(0, 0, 0), rgb(241, 156, 153));&quot;&gt;Неточность&lt;/font&gt;&lt;/h1&gt;&lt;p&gt;Отсутствует негативный сценарий и связь с Пользователем&lt;/p&gt;" vertex="1">
          <mxGeometry height="120" width="180" x="1440" y="450" as="geometry" />
        </mxCell>
        <mxCell id="VbR1kJbd4s5ipAbFhgMN-110" parent="1" style="rhombus;whiteSpace=wrap;html=1;" value="" vertex="1">
          <mxGeometry height="50" width="50" x="2355" y="50" as="geometry" />
        </mxCell>
        <mxCell id="VbR1kJbd4s5ipAbFhgMN-115" edge="1" parent="1" source="VbR1kJbd4s5ipAbFhgMN-111" style="edgeStyle=orthogonalEdgeStyle;rounded=0;orthogonalLoop=1;jettySize=auto;html=1;entryX=0.5;entryY=1;entryDx=0;entryDy=0;dashed=1;" target="VbR1kJbd4s5ipAbFhgMN-71">
          <mxGeometry relative="1" as="geometry">
            <mxPoint x="2375" y="-170" as="targetPoint" />
          </mxGeometry>
        </mxCell>
        <mxCell id="VbR1kJbd4s5ipAbFhgMN-111" parent="1" style="shape=cross;whiteSpace=wrap;html=1;" value="" vertex="1">
          <mxGeometry height="40" width="40" x="2360" y="55" as="geometry" />
        </mxCell>
        <mxCell id="VbR1kJbd4s5ipAbFhgMN-118" edge="1" parent="1" source="VbR1kJbd4s5ipAbFhgMN-116" style="edgeStyle=orthogonalEdgeStyle;rounded=0;orthogonalLoop=1;jettySize=auto;html=1;exitX=1;exitY=0.5;exitDx=0;exitDy=0;entryX=0;entryY=0.5;entryDx=0;entryDy=0;" target="VbR1kJbd4s5ipAbFhgMN-71">
          <mxGeometry relative="1" as="geometry">
            <Array as="points">
              <mxPoint x="1313" y="-195" />
            </Array>
            <mxPoint x="2300" y="-219.9230769230769" as="targetPoint" />
          </mxGeometry>
        </mxCell>
        <mxCell id="VbR1kJbd4s5ipAbFhgMN-116" parent="1" style="ellipse;shape=doubleEllipse;whiteSpace=wrap;html=1;aspect=fixed;" value="" vertex="1">
          <mxGeometry height="40" width="40" x="1272.5" y="-220" as="geometry" />
        </mxCell>
        <mxCell id="VbR1kJbd4s5ipAbFhgMN-119" parent="1" style="text;html=1;whiteSpace=wrap;strokeColor=none;fillColor=none;align=center;verticalAlign=middle;rounded=0;" value="Ожидание поставки оборудования" vertex="1">
          <mxGeometry height="30" width="60" x="1262.5" y="-270" as="geometry" />
        </mxCell>
        <mxCell id="4kreXZ4vzFUcfaXKuc0n-2" parent="1" style="swimlane;childLayout=stackLayout;resizeParent=1;resizeParentMax=0;horizontal=0;startSize=40;horizontalStack=0;html=1;" value="&lt;span style=&quot;font-weight: 400; white-space: normal;&quot;&gt;Компания Х&lt;/span&gt;" vertex="1">
-           <mxGeometry height="240" width="500" y="-80" as="geometry" />
+           <mxGeometry height="530" width="2880" y="-80" as="geometry" />
        </mxCell>
        <mxCell id="4kreXZ4vzFUcfaXKuc0n-3" parent="4kreXZ4vzFUcfaXKuc0n-2" style="swimlane;startSize=40;horizontal=0;html=1;" value="&lt;span style=&quot;font-weight: 400; white-space: normal;&quot;&gt;1-я линия техподдержки&lt;/span&gt;" vertex="1">
-           <mxGeometry height="120" width="460" x="40" as="geometry" />
+           <mxGeometry height="320" width="2840" x="40" as="geometry" />
        </mxCell>
        <mxCell id="4kreXZ4vzFUcfaXKuc0n-4" parent="4kreXZ4vzFUcfaXKuc0n-2" style="swimlane;startSize=40;horizontal=0;html=1;fillColor=none;" value="Отдел снабжения" vertex="1">
-           <mxGeometry height="120" width="460" x="40" y="120" as="geometry" />
+           <mxGeometry height="210" width="2840" x="40" y="320" as="geometry" />
+         </mxCell>
+         <mxCell id="Vj1GeYfgpqMA3AOdDaTq-2" parent="1" style="swimlane;childLayout=stackLayout;resizeParent=1;resizeParentMax=0;horizontal=0;startSize=80;horizontalStack=0;html=1;" value="Пользователь офиса" vertex="1">
+           <mxGeometry height="240" width="2880" y="-320" as="geometry" />
        </mxCell>
      </root>
    </mxGraphModel>
  </diagram>
</mxfile>
